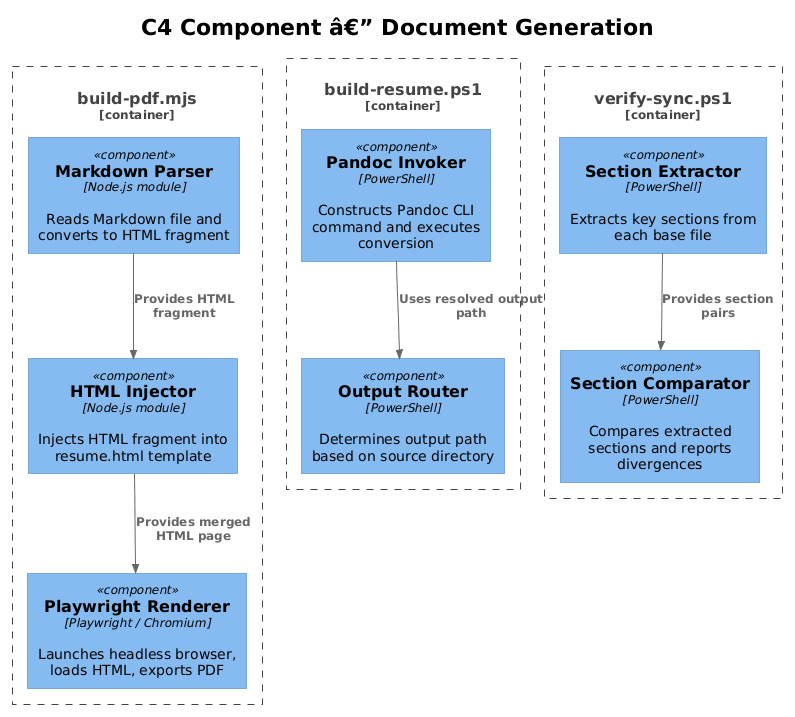
Earlier version of the PlantUML export docs/detailed-designs/02-document-generation/diagrams/c4_component.png (QuinntyneBrown/Orbit). Its diagram source:
```plantuml
@startuml
!theme plain
!include <C4/C4_Component>

title C4 Component â€” Document Generation

Container_Boundary(buildPdf, "build-pdf.mjs") {
    Component(mdParser, "Markdown Parser", "Node.js module", "Reads Markdown file and converts to HTML fragment")
    Component(htmlInjector, "HTML Injector", "Node.js module", "Injects HTML fragment into resume.html template")
    Component(playwrightRenderer, "Playwright Renderer", "Playwright / Chromium", "Launches headless browser, loads HTML, exports PDF")
}

Container_Boundary(buildResume, "build-resume.ps1") {
    Component(pandocInvoker, "Pandoc Invoker", "PowerShell", "Constructs Pandoc CLI command and executes conversion")
    Component(outputRouter, "Output Router", "PowerShell", "Determines output path based on source directory")
}

Container_Boundary(verifySync, "verify-sync.ps1") {
    Component(sectionExtractor, "Section Extractor", "PowerShell", "Extracts key sections from each base file")
    Component(sectionComparator, "Section Comparator", "PowerShell", "Compares extracted sections and reports divergences")
}

Rel(mdParser, htmlInjector, "Provides HTML fragment")
Rel(htmlInjector, playwrightRenderer, "Provides merged HTML page")
Rel(pandocInvoker, outputRouter, "Uses resolved output path")
Rel(sectionExtractor, sectionComparator, "Provides section pairs")
@enduml
```
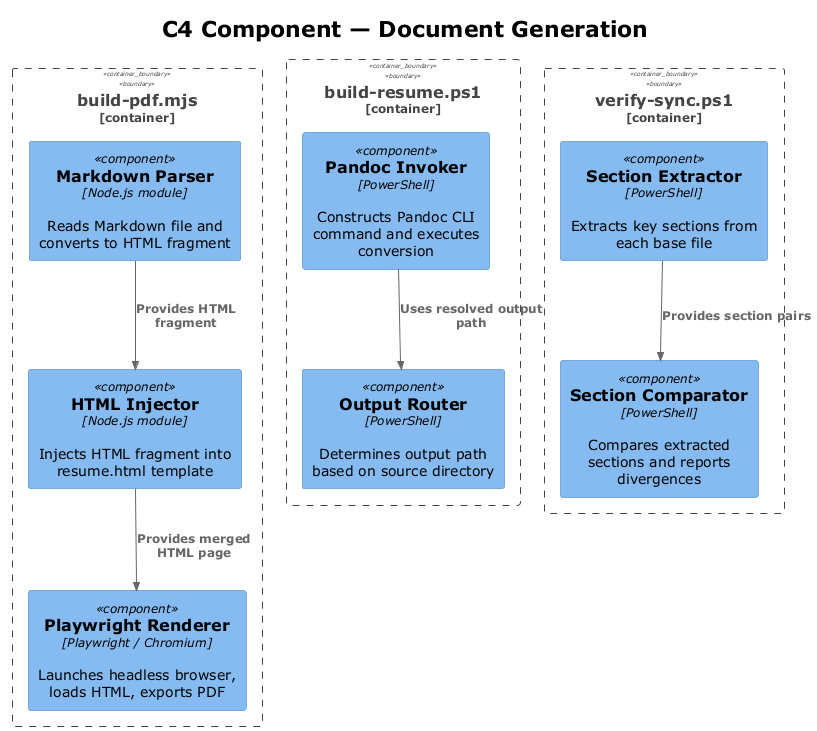
The same diagram one commit later.

The edit, as a diff of the source:
```diff
@@ -1,8 +1,8 @@
-@startuml
+@startuml c4_component
 !theme plain
 !include <C4/C4_Component>
 
-title C4 Component â€” Document Generation
+title C4 Component — Document Generation
 
 Container_Boundary(buildPdf, "build-pdf.mjs") {
     Component(mdParser, "Markdown Parser", "Node.js module", "Reads Markdown file and converts to HTML fragment")
@@ -24,4 +24,5 @@
 Rel(htmlInjector, playwrightRenderer, "Provides merged HTML page")
 Rel(pandocInvoker, outputRouter, "Uses resolved output path")
 Rel(sectionExtractor, sectionComparator, "Provides section pairs")
+
 @enduml
```
